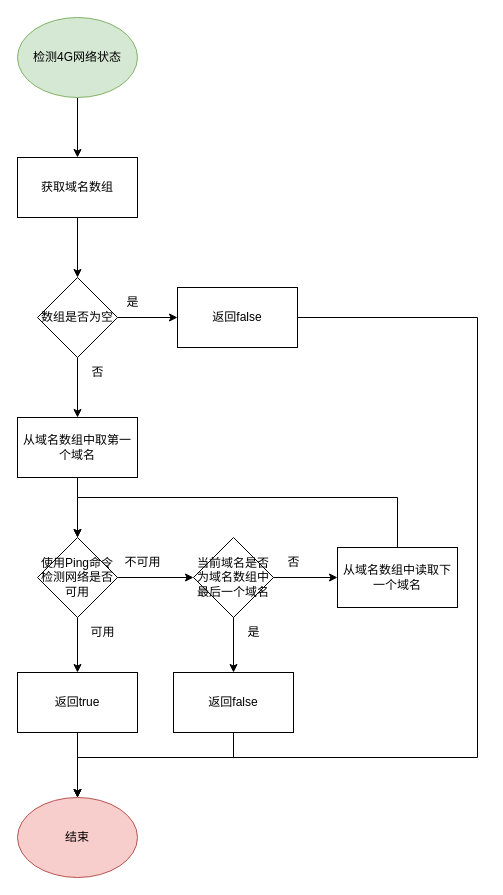
Before: page "检测4G网络状态" (25 of 27) of 隐身保arm版-业务流程-V1.0-20221028-1.drawio in kyphoon/ysb_drawio_tree, a draw.io diagram. Source tidied: cells renumbered, new cells numbered last; positions are measured from the earlier drawing's top-left corner, leaving out a move shared by most shapes. Both pictures are drawn from the tidied source at 100%, with x=0, y=0 at pixel (17, 17).
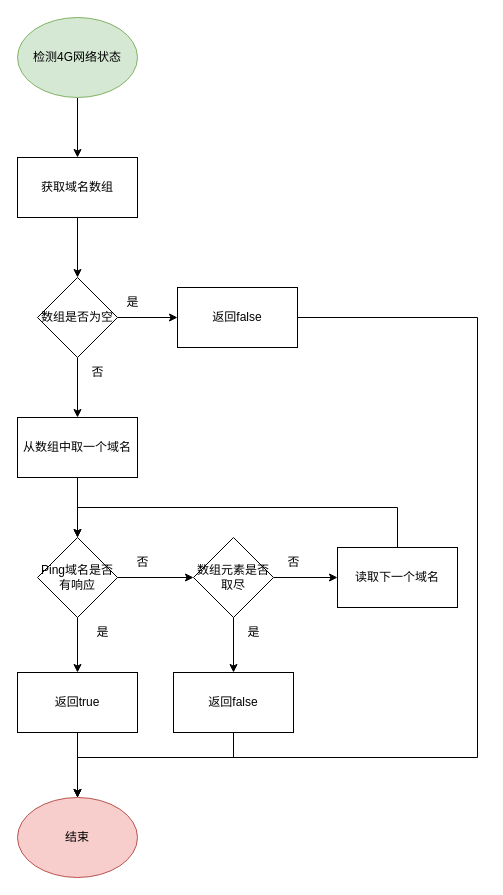
After the change.

Diff of the diagram source:
```diff
@@
-    <mxCell id="7" value="从域名数组中取第一个域名" style="whiteSpace=wrap;html=1;" parent="1" vertex="1">
+    <mxCell id="7" value="从数组中取一个域名" style="whiteSpace=wrap;html=1;" parent="1" vertex="1">
       <mxGeometry y="400" width="120" height="60" as="geometry" />
     </mxCell>
@@
-    <mxCell id="10" value="使用Ping命令检测网络是否可用" style="rhombus;whiteSpace=wrap;html=1;" parent="1" vertex="1">
+    <mxCell id="10" value="Ping域名是否有响应" style="rhombus;whiteSpace=wrap;html=1;" parent="1" vertex="1">
       <mxGeometry x="20" y="520" width="80" height="80" as="geometry" />
     </mxCell>
@@
-    <mxCell id="14" value="可用" style="text;html=1;align=center;verticalAlign=middle;strokeColor=none;fillColor=none;" parent="1" vertex="1">
-      <mxGeometry x="60" y="600" width="50" height="30" as="geometry" />
+    <mxCell id="14" value="是" style="text;html=1;align=center;verticalAlign=middle;strokeColor=none;fillColor=none;" parent="1" vertex="1">
+      <mxGeometry x="65" y="600" width="40" height="30" as="geometry" />
     </mxCell>
@@
-    <mxCell id="17" value="当前域名是否为域名数组中最后一个域名" style="rhombus;whiteSpace=wrap;html=1;" parent="1" vertex="1">
+    <mxCell id="17" value="数组元素是否取尽" style="rhombus;whiteSpace=wrap;html=1;" parent="1" vertex="1">
       <mxGeometry x="176" y="520" width="80" height="80" as="geometry" />
     </mxCell>
-    <mxCell id="18" value="不可用" style="text;html=1;align=center;verticalAlign=middle;strokeColor=none;fillColor=none;" parent="1" vertex="1">
-      <mxGeometry x="95" y="530" width="60" height="30" as="geometry" />
+    <mxCell id="18" value="否" style="text;html=1;align=center;verticalAlign=middle;strokeColor=none;fillColor=none;" parent="1" vertex="1">
+      <mxGeometry x="105" y="530" width="40" height="30" as="geometry" />
     </mxCell>
@@
     <mxCell id="30" style="edgeStyle=orthogonalEdgeStyle;rounded=0;jettySize=auto;html=1;entryX=0.5;entryY=0;entryDx=0;entryDy=0;" parent="1" edge="1" source="31" target="10">
       <mxGeometry relative="1" as="geometry">
         <Array as="points">
-          <mxPoint x="380" y="480" />
-          <mxPoint x="60" y="480" />
+          <mxPoint x="380" y="490" />
+          <mxPoint x="60" y="490" />
         </Array>
       </mxGeometry>
     </mxCell>
-    <mxCell id="31" value="从域名数组中读取下一个域名" style="whiteSpace=wrap;html=1;" parent="1" vertex="1">
+    <mxCell id="31" value="读取下一个域名" style="whiteSpace=wrap;html=1;" parent="1" vertex="1">
       <mxGeometry x="320" y="530" width="120" height="60" as="geometry" />
     </mxCell>
```
